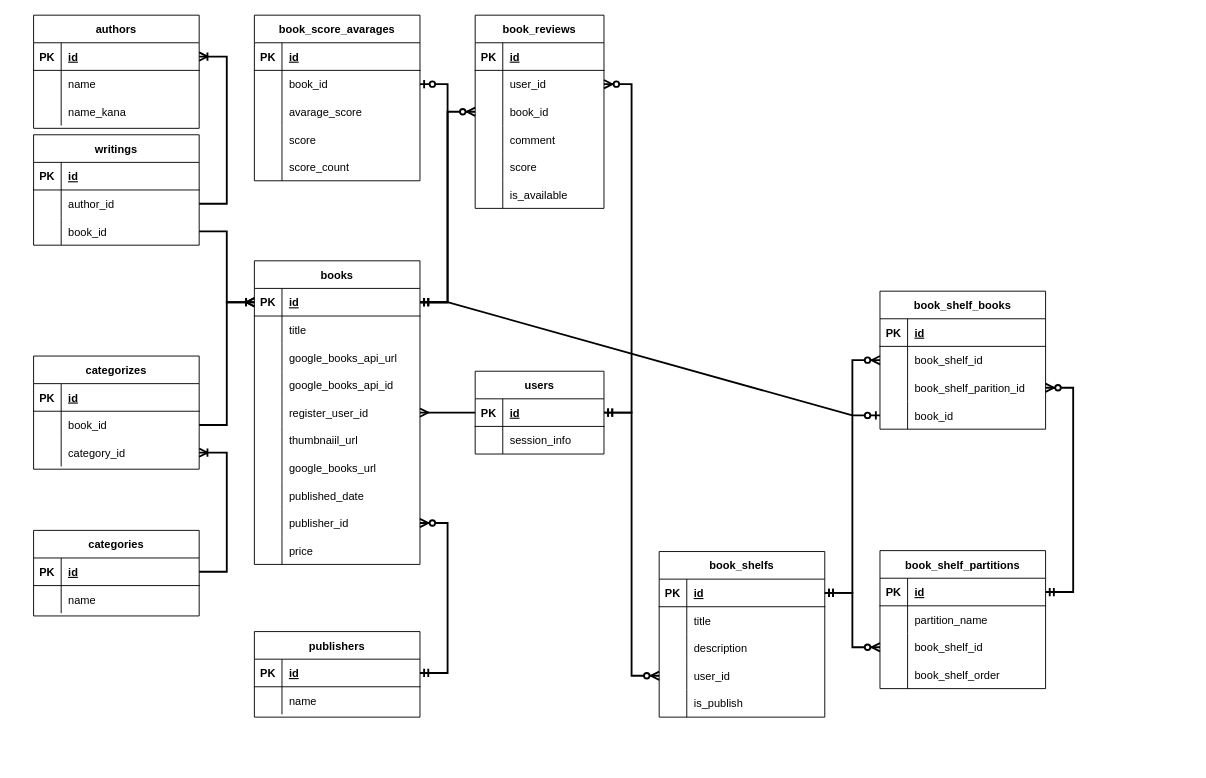
quasar-man/leaning-book-shelf-design keeps this draw.io diagram as page "ER" (2 of 2) of structure.drawio. Above is the earlier version. Source tidied: cells renumbered, new cells numbered last; positions are measured from the earlier drawing's top-left corner, leaving out a move shared by most shapes. Both pictures are drawn from the tidied source at 92%, with x=0, y=0 at pixel (33, 15).
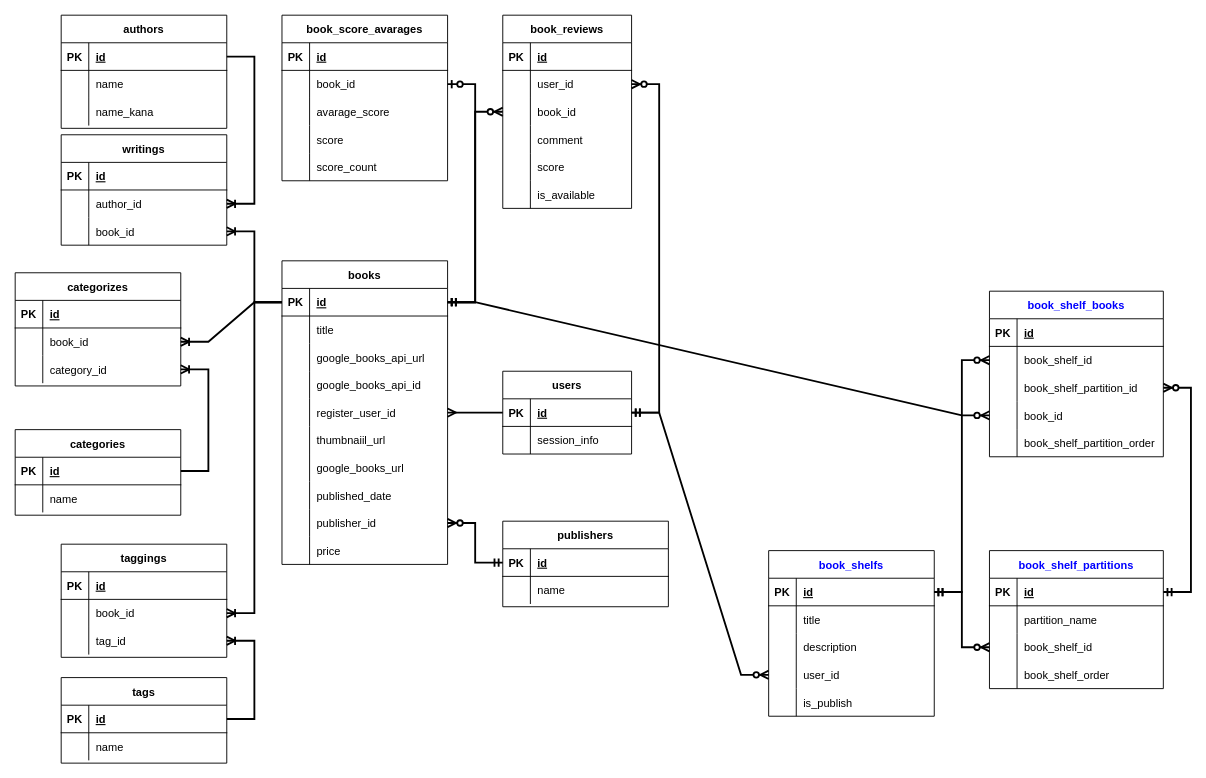
Above is the later version.

Commit message (it also covers changes not shown here):
Add tag modela and update book shelf models.

Unchanged cells that the change refers to:
```xml
<mxCell id="3" style="shape=tableRow;horizontal=0;startSize=0;swimlaneHead=0;swimlaneBody=0;fillColor=none;points=[[0,0.5],[1,0.5]];portConstraint=eastwest;top=0;left=0;right=0;bottom=1;" parent="2" vertex="1">
  <mxGeometry y="30" width="180" height="30" as="geometry" />
</mxCell>
<mxCell id="27" style="shape=tableRow;horizontal=0;startSize=0;swimlaneHead=0;swimlaneBody=0;fillColor=none;points=[[0,0.5],[1,0.5]];portConstraint=eastwest;top=0;left=0;right=0;bottom=0;" parent="2" vertex="1">
  <mxGeometry y="270" width="180" height="30" as="geometry" />
</mxCell>
<mxCell id="34" style="shape=tableRow;horizontal=0;startSize=0;swimlaneHead=0;swimlaneBody=0;fillColor=none;points=[[0,0.5],[1,0.5]];portConstraint=eastwest;top=0;left=0;right=0;bottom=1;" parent="33" vertex="1">
  <mxGeometry y="30" width="180" height="30" as="geometry" />
</mxCell>
<mxCell id="41" style="shape=tableRow;horizontal=0;startSize=0;swimlaneHead=0;swimlaneBody=0;fillColor=none;points=[[0,0.5],[1,0.5]];portConstraint=eastwest;top=0;left=0;right=0;bottom=1;" parent="40" vertex="1">
  <mxGeometry y="30" width="180" height="30" as="geometry" />
</mxCell>
<mxCell id="101" style="shape=tableRow;horizontal=0;startSize=0;swimlaneHead=0;swimlaneBody=0;fillColor=none;points=[[0,0.5],[1,0.5]];portConstraint=eastwest;top=0;left=0;right=0;bottom=0;" parent="97" vertex="1">
  <mxGeometry y="60" width="180" height="30" as="geometry" />
</mxCell>
<mxCell id="104" style="shape=tableRow;horizontal=0;startSize=0;swimlaneHead=0;swimlaneBody=0;fillColor=none;points=[[0,0.5],[1,0.5]];portConstraint=eastwest;top=0;left=0;right=0;bottom=0;" parent="97" vertex="1">
  <mxGeometry y="90" width="180" height="30" as="geometry" />
</mxCell>
<mxCell id="110" style="shape=tableRow;horizontal=0;startSize=0;swimlaneHead=0;swimlaneBody=0;fillColor=none;points=[[0,0.5],[1,0.5]];portConstraint=eastwest;top=0;left=0;right=0;bottom=1;" parent="109" vertex="1">
  <mxGeometry y="30" width="180" height="30" as="geometry" />
</mxCell>
<mxCell id="120" style="shape=tableRow;horizontal=0;startSize=0;swimlaneHead=0;swimlaneBody=0;fillColor=none;points=[[0,0.5],[1,0.5]];portConstraint=eastwest;top=0;left=0;right=0;bottom=0;" parent="116" vertex="1">
  <mxGeometry y="60" width="180" height="30" as="geometry" />
</mxCell>
<mxCell id="123" style="shape=tableRow;horizontal=0;startSize=0;swimlaneHead=0;swimlaneBody=0;fillColor=none;points=[[0,0.5],[1,0.5]];portConstraint=eastwest;top=0;left=0;right=0;bottom=0;" parent="116" vertex="1">
  <mxGeometry y="90" width="180" height="30" as="geometry" />
</mxCell>
```

Diff of the diagram source:
```diff
@@
     <mxCell id="2" value="books" style="shape=table;startSize=30;childLayout=tableLayout;rowLines=0;fontStyle=1;align=center;" parent="1" vertex="1">
-      <mxGeometry x="240" y="267" width="180" height="330" as="geometry" />
+      <mxGeometry x="270" y="267" width="180" height="330" as="geometry" />
     </mxCell>
@@
     <mxCell id="33" value="publishers" style="shape=table;startSize=30;childLayout=tableLayout;rowLines=0;fontStyle=1;align=center;" parent="1" vertex="1">
-      <mxGeometry x="240" y="670" width="180" height="93" as="geometry" />
+      <mxGeometry x="510" y="550" width="180" height="93" as="geometry" />
     </mxCell>
@@
     <mxCell id="40" value="authors" style="shape=table;startSize=30;childLayout=tableLayout;rowLines=0;fontStyle=1;align=center;" parent="1" vertex="1">
-      <mxGeometry width="180" height="123" as="geometry" />
+      <mxGeometry x="30" width="180" height="123" as="geometry" />
     </mxCell>
@@
     <mxCell id="50" value="book_reviews" style="shape=table;startSize=30;childLayout=tableLayout;rowLines=0;fontStyle=1;align=center;" parent="1" vertex="1">
-      <mxGeometry x="480" width="140" height="210" as="geometry" />
+      <mxGeometry x="510" width="140" height="210" as="geometry" />
     </mxCell>
@@
     <mxCell id="69" value="users" style="shape=table;startSize=30;childLayout=tableLayout;rowLines=0;fontStyle=1;align=center;" parent="1" vertex="1">
-      <mxGeometry x="480" y="387" width="140" height="90" as="geometry" />
+      <mxGeometry x="510" y="387" width="140" height="90" as="geometry" />
     </mxCell>
@@
     <mxCell id="76" value="book_score_avarages" style="shape=table;startSize=30;childLayout=tableLayout;rowLines=0;fontStyle=1;align=center;" parent="1" vertex="1">
-      <mxGeometry x="240" width="180" height="180" as="geometry" />
+      <mxGeometry x="270" width="180" height="180" as="geometry" />
     </mxCell>
@@
-    <mxCell id="92" style="edgeStyle=entityRelationEdgeStyle;fontSize=12;html=1;endArrow=ERzeroToMany;startArrow=ERmandOne;rounded=0;strokeColor=#000000;strokeWidth=2;exitX=1;exitY=0.5;exitDx=0;exitDy=0;" parent="1" edge="1" source="34" target="27">
+    <mxCell id="92" style="edgeStyle=entityRelationEdgeStyle;fontSize=12;html=1;endArrow=ERzeroToMany;startArrow=ERmandOne;rounded=0;strokeColor=#000000;strokeWidth=2;" parent="1" edge="1" source="34" target="27">
       <mxGeometry relative="1" as="geometry" />
     </mxCell>
@@
     <mxCell id="97" value="writings" style="shape=table;startSize=30;childLayout=tableLayout;rowLines=0;fontStyle=1;align=center;" parent="1" vertex="1">
-      <mxGeometry y="130" width="180" height="120" as="geometry" />
+      <mxGeometry x="30" y="130" width="180" height="120" as="geometry" />
     </mxCell>
@@
-    <mxCell id="107" style="edgeStyle=entityRelationEdgeStyle;fontSize=12;html=1;endArrow=ERoneToMany;rounded=0;strokeColor=#000000;strokeWidth=2;exitX=1;exitY=0.5;exitDx=0;exitDy=0;entryX=1;entryY=0.5;entryDx=0;entryDy=0;" parent="1" edge="1" source="101" target="41">
-      <mxGeometry relative="1" as="geometry" />
-    </mxCell>
-    <mxCell id="108" style="edgeStyle=entityRelationEdgeStyle;fontSize=12;html=1;endArrow=ERoneToMany;rounded=0;strokeColor=#000000;strokeWidth=2;entryX=0;entryY=0.5;entryDx=0;entryDy=0;exitX=1;exitY=0.5;exitDx=0;exitDy=0;" parent="1" edge="1" source="104" target="3">
+    <mxCell id="108" style="edgeStyle=entityRelationEdgeStyle;fontSize=12;html=1;endArrow=ERoneToMany;rounded=0;strokeColor=#000000;strokeWidth=2;entryX=1;entryY=0.5;entryDx=0;entryDy=0;exitX=0;exitY=0.5;exitDx=0;exitDy=0;" parent="1" edge="1" source="3" target="104">
       <mxGeometry relative="1" as="geometry" />
     </mxCell>
     <mxCell id="109" value="categories" style="shape=table;startSize=30;childLayout=tableLayout;rowLines=0;fontStyle=1;align=center;" parent="1" vertex="1">
-      <mxGeometry y="560" width="180" height="93" as="geometry" />
+      <mxGeometry x="-20" y="450.5" width="180" height="93" as="geometry" />
     </mxCell>
@@
     <mxCell id="116" value="categorizes" style="shape=table;startSize=30;childLayout=tableLayout;rowLines=0;fontStyle=1;align=center;" parent="1" vertex="1">
-      <mxGeometry y="370.5" width="180" height="123" as="geometry" />
+      <mxGeometry x="-20" y="280" width="180" height="123" as="geometry" />
     </mxCell>
@@
-    <mxCell id="126" style="edgeStyle=entityRelationEdgeStyle;fontSize=12;html=1;endArrow=ERoneToMany;rounded=0;strokeColor=#000000;strokeWidth=2;exitX=1;exitY=0.5;exitDx=0;exitDy=0;entryX=1;entryY=0.5;entryDx=0;entryDy=0;" parent="1" edge="1" source="110" target="123">
-      <mxGeometry relative="1" as="geometry" />
-    </mxCell>
-    <mxCell id="127" style="edgeStyle=entityRelationEdgeStyle;fontSize=12;html=1;endArrow=ERoneToMany;rounded=0;strokeColor=#000000;strokeWidth=2;exitX=1;exitY=0.5;exitDx=0;exitDy=0;" parent="1" edge="1" source="120">
-      <mxGeometry relative="1" as="geometry">
-        <mxPoint x="240" y="312" as="targetPoint" />
-      </mxGeometry>
+    <mxCell id="127" style="edgeStyle=entityRelationEdgeStyle;fontSize=12;html=1;endArrow=ERoneToMany;rounded=0;strokeColor=#000000;strokeWidth=2;entryX=1;entryY=0.5;entryDx=0;entryDy=0;exitX=0;exitY=0.5;exitDx=0;exitDy=0;" parent="1" edge="1" source="3" target="120">
+      <mxGeometry relative="1" as="geometry" />
     </mxCell>
-    <mxCell id="128" value="book_shelfs" style="shape=table;startSize=30;childLayout=tableLayout;rowLines=0;fontStyle=1;align=center;" parent="1" vertex="1">
-      <mxGeometry x="680" y="583" width="180" height="180" as="geometry" />
+    <mxCell id="128" value="book_shelfs" style="shape=table;startSize=30;childLayout=tableLayout;rowLines=0;fontStyle=1;align=center;fontColor=#0000ff;" parent="1" vertex="1">
+      <mxGeometry x="799" y="582" width="180" height="180" as="geometry" />
     </mxCell>
@@
-    <mxCell id="145" value="book_shelf_partitions" style="shape=table;startSize=30;childLayout=tableLayout;rowLines=0;fontStyle=1;align=center;" parent="1" vertex="1">
-      <mxGeometry x="920" y="582" width="180" height="150" as="geometry" />
+    <mxCell id="145" value="book_shelf_partitions" style="shape=table;startSize=30;childLayout=tableLayout;rowLines=0;fontStyle=1;align=center;fontColor=#0000FF;" parent="1" vertex="1">
+      <mxGeometry x="1039" y="582" width="189" height="150" as="geometry" />
     </mxCell>
     <mxCell id="146" style="shape=tableRow;horizontal=0;startSize=0;swimlaneHead=0;swimlaneBody=0;fillColor=none;points=[[0,0.5],[1,0.5]];portConstraint=eastwest;top=0;left=0;right=0;bottom=1;" parent="145" vertex="1">
-      <mxGeometry y="30" width="180" height="30" as="geometry" />
+      <mxGeometry y="30" width="189" height="30" as="geometry" />
     </mxCell>
@@
     <mxCell id="148" value="id" style="shape=partialRectangle;fillColor=none;top=0;left=0;bottom=0;right=0;align=left;spacingLeft=6;fontStyle=5;overflow=hidden;" parent="146" vertex="1">
-      <mxGeometry x="30" width="150" height="30" as="geometry" />
+      <mxGeometry x="30" width="159" height="30" as="geometry" />
     </mxCell>
     <mxCell id="149" style="shape=tableRow;horizontal=0;startSize=0;swimlaneHead=0;swimlaneBody=0;fillColor=none;top=0;left=0;right=0;bottom=0;" parent="145" vertex="1">
-      <mxGeometry y="60" width="180" height="30" as="geometry" />
+      <mxGeometry y="60" width="189" height="30" as="geometry" />
     </mxCell>
@@
     <mxCell id="151" value="partition_name" style="shape=partialRectangle;fillColor=none;top=0;left=0;bottom=0;right=0;align=left;spacingLeft=6;overflow=hidden;" parent="149" vertex="1">
-      <mxGeometry x="30" width="150" height="30" as="geometry" />
+      <mxGeometry x="30" width="159" height="30" as="geometry" />
     </mxCell>
     <mxCell id="152" style="shape=tableRow;horizontal=0;startSize=0;swimlaneHead=0;swimlaneBody=0;fillColor=none;points=[[0,0.5],[1,0.5]];portConstraint=eastwest;top=0;left=0;right=0;bottom=0;" parent="145" vertex="1">
-      <mxGeometry y="90" width="180" height="30" as="geometry" />
+      <mxGeometry y="90" width="189" height="30" as="geometry" />
     </mxCell>
@@
     <mxCell id="154" value="book_shelf_id" style="shape=partialRectangle;fillColor=none;top=0;left=0;bottom=0;right=0;align=left;spacingLeft=6;overflow=hidden;" parent="152" vertex="1">
-      <mxGeometry x="30" width="150" height="30" as="geometry" />
+      <mxGeometry x="30" width="159" height="30" as="geometry" />
     </mxCell>
     <mxCell id="155" style="shape=tableRow;horizontal=0;startSize=0;swimlaneHead=0;swimlaneBody=0;fillColor=none;top=0;left=0;right=0;bottom=0;" parent="145" vertex="1">
-      <mxGeometry y="120" width="180" height="30" as="geometry" />
+      <mxGeometry y="120" width="189" height="30" as="geometry" />
     </mxCell>
@@
     <mxCell id="157" value="book_shelf_order" style="shape=partialRectangle;fillColor=none;top=0;left=0;bottom=0;right=0;align=left;spacingLeft=6;overflow=hidden;" parent="155" vertex="1">
-      <mxGeometry x="30" width="150" height="30" as="geometry" />
+      <mxGeometry x="30" width="159" height="30" as="geometry" />
     </mxCell>
@@
-    <mxCell id="159" value="book_shelf_books" style="shape=table;startSize=30;childLayout=tableLayout;rowLines=0;fontStyle=1;align=center;" parent="1" vertex="1">
-      <mxGeometry x="920" y="300" width="180" height="150" as="geometry" />
+    <mxCell id="159" value="book_shelf_books" style="shape=table;startSize=30;childLayout=tableLayout;rowLines=0;fontStyle=1;align=center;fontColor=#0000FF;" parent="1" vertex="1">
+      <mxGeometry x="1039" y="300" width="189" height="180" as="geometry" />
     </mxCell>
     <mxCell id="160" style="shape=tableRow;horizontal=0;startSize=0;swimlaneHead=0;swimlaneBody=0;fillColor=none;top=0;left=0;right=0;bottom=1;" parent="159" vertex="1">
-      <mxGeometry y="30" width="180" height="30" as="geometry" />
+      <mxGeometry y="30" width="189" height="30" as="geometry" />
     </mxCell>
@@
     <mxCell id="162" value="id" style="shape=partialRectangle;fillColor=none;top=0;left=0;bottom=0;right=0;align=left;spacingLeft=6;fontStyle=5;overflow=hidden;" parent="160" vertex="1">
-      <mxGeometry x="30" width="150" height="30" as="geometry" />
+      <mxGeometry x="30" width="159" height="30" as="geometry" />
     </mxCell>
     <mxCell id="163" style="shape=tableRow;horizontal=0;startSize=0;swimlaneHead=0;swimlaneBody=0;fillColor=none;points=[[0,0.5],[1,0.5]];portConstraint=eastwest;top=0;left=0;right=0;bottom=0;" parent="159" vertex="1">
-      <mxGeometry y="60" width="180" height="30" as="geometry" />
+      <mxGeometry y="60" width="189" height="30" as="geometry" />
     </mxCell>
@@
     <mxCell id="165" value="book_shelf_id" style="shape=partialRectangle;fillColor=none;top=0;left=0;bottom=0;right=0;align=left;spacingLeft=6;overflow=hidden;" parent="163" vertex="1">
-      <mxGeometry x="30" width="150" height="30" as="geometry" />
+      <mxGeometry x="30" width="159" height="30" as="geometry" />
     </mxCell>
     <mxCell id="166" style="shape=tableRow;horizontal=0;startSize=0;swimlaneHead=0;swimlaneBody=0;fillColor=none;points=[[0,0.5],[1,0.5]];portConstraint=eastwest;top=0;left=0;right=0;bottom=0;" parent="159" vertex="1">
-      <mxGeometry y="90" width="180" height="30" as="geometry" />
+      <mxGeometry y="90" width="189" height="30" as="geometry" />
     </mxCell>
@@
-    <mxCell id="168" value="book_shelf_parition_id" style="shape=partialRectangle;fillColor=none;top=0;left=0;bottom=0;right=0;align=left;spacingLeft=6;overflow=hidden;" parent="166" vertex="1">
-      <mxGeometry x="30" width="150" height="30" as="geometry" />
+    <mxCell id="168" value="book_shelf_partition_id" style="shape=partialRectangle;fillColor=none;top=0;left=0;bottom=0;right=0;align=left;spacingLeft=6;overflow=hidden;" parent="166" vertex="1">
+      <mxGeometry x="30" width="159" height="30" as="geometry" />
     </mxCell>
     <mxCell id="169" style="shape=tableRow;horizontal=0;startSize=0;swimlaneHead=0;swimlaneBody=0;fillColor=none;points=[[0,0.5],[1,0.5]];portConstraint=eastwest;top=0;left=0;right=0;bottom=0;" parent="159" vertex="1">
-      <mxGeometry y="120" width="180" height="30" as="geometry" />
+      <mxGeometry y="120" width="189" height="30" as="geometry" />
     </mxCell>
@@
     <mxCell id="171" value="book_id" style="shape=partialRectangle;fillColor=none;top=0;left=0;bottom=0;right=0;align=left;spacingLeft=6;overflow=hidden;" parent="169" vertex="1">
-      <mxGeometry x="30" width="150" height="30" as="geometry" />
+      <mxGeometry x="30" width="159" height="30" as="geometry" />
     </mxCell>
+    <mxCell id="175" style="shape=tableRow;horizontal=0;startSize=0;swimlaneHead=0;swimlaneBody=0;fillColor=none;top=0;left=0;right=0;bottom=0;" parent="159" vertex="1">
+      <mxGeometry y="150" width="189" height="30" as="geometry" />
+    </mxCell>
+    <mxCell id="176" style="shape=partialRectangle;fillColor=none;top=0;left=0;bottom=0;right=0;overflow=hidden;" parent="175" vertex="1">
+      <mxGeometry width="30" height="30" as="geometry" />
+    </mxCell>
+    <mxCell id="177" value="book_shelf_partition_order" style="shape=partialRectangle;fillColor=none;top=0;left=0;bottom=0;right=0;align=left;spacingLeft=6;overflow=hidden;" parent="175" vertex="1">
+      <mxGeometry x="30" width="159" height="30" as="geometry" />
+    </mxCell>
@@
-    <mxCell id="174" style="edgeStyle=entityRelationEdgeStyle;fontSize=12;html=1;endArrow=ERzeroToOne;startArrow=ERmandOne;rounded=0;strokeColor=#000000;strokeWidth=2;exitX=1;exitY=0.5;exitDx=0;exitDy=0;entryX=0;entryY=0.5;entryDx=0;entryDy=0;" parent="1" edge="1" source="3" target="169">
+    <mxCell id="174" style="edgeStyle=entityRelationEdgeStyle;fontSize=12;html=1;endArrow=ERzeroToMany;startArrow=ERmandOne;rounded=0;strokeColor=#000000;strokeWidth=2;entryX=0;entryY=0.5;entryDx=0;entryDy=0;exitX=1;exitY=0.5;exitDx=0;exitDy=0;" parent="1" edge="1" source="3" target="169">
       <mxGeometry relative="1" as="geometry" />
     </mxCell>
+    <mxCell id="178" value="tags" style="shape=table;startSize=30;childLayout=tableLayout;rowLines=0;fontStyle=1;align=center;" parent="1" vertex="1">
+      <mxGeometry x="30" y="720" width="180" height="93" as="geometry" />
+    </mxCell>
+    <mxCell id="179" style="shape=tableRow;horizontal=0;startSize=0;swimlaneHead=0;swimlaneBody=0;fillColor=none;points=[[0,0.5],[1,0.5]];portConstraint=eastwest;top=0;left=0;right=0;bottom=1;" parent="178" vertex="1">
+      <mxGeometry y="30" width="180" height="30" as="geometry" />
+    </mxCell>
+    <mxCell id="180" value="PK" style="shape=partialRectangle;fillColor=none;top=0;left=0;bottom=0;right=0;fontStyle=1;overflow=hidden;" parent="179" vertex="1">
+      <mxGeometry width="30" height="30" as="geometry" />
+    </mxCell>
+    <mxCell id="181" value="id" style="shape=partialRectangle;fillColor=none;top=0;left=0;bottom=0;right=0;align=left;spacingLeft=6;fontStyle=5;overflow=hidden;" parent="179" vertex="1">
+      <mxGeometry x="30" width="150" height="30" as="geometry" />
+    </mxCell>
+    <mxCell id="182" style="shape=tableRow;horizontal=0;startSize=0;swimlaneHead=0;swimlaneBody=0;fillColor=none;top=0;left=0;right=0;bottom=0;" parent="178" vertex="1">
+      <mxGeometry y="60" width="180" height="30" as="geometry" />
+    </mxCell>
+    <mxCell id="183" style="shape=partialRectangle;fillColor=none;top=0;left=0;bottom=0;right=0;overflow=hidden;" parent="182" vertex="1">
+      <mxGeometry width="30" height="30" as="geometry" />
+    </mxCell>
+    <mxCell id="184" value="name" style="shape=partialRectangle;fillColor=none;top=0;left=0;bottom=0;right=0;align=left;spacingLeft=6;overflow=hidden;" parent="182" vertex="1">
+      <mxGeometry x="30" width="150" height="30" as="geometry" />
+    </mxCell>
+    <mxCell id="185" value="taggings" style="shape=table;startSize=30;childLayout=tableLayout;rowLines=0;fontStyle=1;align=center;" parent="1" vertex="1">
+      <mxGeometry x="30" y="575" width="180" height="123" as="geometry" />
+    </mxCell>
+    <mxCell id="186" style="shape=tableRow;horizontal=0;startSize=0;swimlaneHead=0;swimlaneBody=0;fillColor=none;top=0;left=0;right=0;bottom=1;" parent="185" vertex="1">
+      <mxGeometry y="30" width="180" height="30" as="geometry" />
+    </mxCell>
+    <mxCell id="187" value="PK" style="shape=partialRectangle;fillColor=none;top=0;left=0;bottom=0;right=0;fontStyle=1;overflow=hidden;" parent="186" vertex="1">
+      <mxGeometry width="30" height="30" as="geometry" />
+    </mxCell>
+    <mxCell id="188" value="id" style="shape=partialRectangle;fillColor=none;top=0;left=0;bottom=0;right=0;align=left;spacingLeft=6;fontStyle=5;overflow=hidden;" parent="186" vertex="1">
+      <mxGeometry x="30" width="150" height="30" as="geometry" />
+    </mxCell>
+    <mxCell id="189" style="shape=tableRow;horizontal=0;startSize=0;swimlaneHead=0;swimlaneBody=0;fillColor=none;points=[[0,0.5],[1,0.5]];portConstraint=eastwest;top=0;left=0;right=0;bottom=0;" parent="185" vertex="1">
+      <mxGeometry y="60" width="180" height="30" as="geometry" />
+    </mxCell>
+    <mxCell id="190" style="shape=partialRectangle;fillColor=none;top=0;left=0;bottom=0;right=0;overflow=hidden;" parent="189" vertex="1">
+      <mxGeometry width="30" height="30" as="geometry" />
+    </mxCell>
+    <mxCell id="191" value="book_id" style="shape=partialRectangle;fillColor=none;top=0;left=0;bottom=0;right=0;align=left;spacingLeft=6;overflow=hidden;" parent="189" vertex="1">
+      <mxGeometry x="30" width="150" height="30" as="geometry" />
+    </mxCell>
+    <mxCell id="192" style="shape=tableRow;horizontal=0;startSize=0;swimlaneHead=0;swimlaneBody=0;fillColor=none;points=[[0,0.5],[1,0.5]];portConstraint=eastwest;top=0;left=0;right=0;bottom=0;" parent="185" vertex="1">
+      <mxGeometry y="90" width="180" height="30" as="geometry" />
+    </mxCell>
+    <mxCell id="193" style="shape=partialRectangle;fillColor=none;top=0;left=0;bottom=0;right=0;overflow=hidden;" parent="192" vertex="1">
+      <mxGeometry width="30" height="30" as="geometry" />
+    </mxCell>
+    <mxCell id="194" value="tag_id" style="shape=partialRectangle;fillColor=none;top=0;left=0;bottom=0;right=0;align=left;spacingLeft=6;overflow=hidden;" parent="192" vertex="1">
+      <mxGeometry x="30" width="150" height="30" as="geometry" />
+    </mxCell>
+    <mxCell id="195" style="edgeStyle=entityRelationEdgeStyle;fontSize=12;html=1;endArrow=ERoneToMany;rounded=0;strokeColor=#000000;strokeWidth=2;exitX=1;exitY=0.5;exitDx=0;exitDy=0;entryX=1;entryY=0.5;entryDx=0;entryDy=0;" parent="1" edge="1" source="179" target="192">
+      <mxGeometry relative="1" as="geometry" />
+    </mxCell>
+    <mxCell id="196" style="edgeStyle=entityRelationEdgeStyle;fontSize=12;html=1;endArrow=ERoneToMany;rounded=0;strokeColor=#000000;strokeWidth=2;entryX=1;entryY=0.5;entryDx=0;entryDy=0;exitX=0;exitY=0.5;exitDx=0;exitDy=0;" parent="1" edge="1" source="3" target="189">
+      <mxGeometry relative="1" as="geometry" />
+    </mxCell>
+    <mxCell id="126" style="edgeStyle=entityRelationEdgeStyle;fontSize=12;html=1;endArrow=ERoneToMany;rounded=0;strokeColor=#000000;strokeWidth=2;entryX=1;entryY=0.5;entryDx=0;entryDy=0;exitX=1;exitY=0.5;exitDx=0;exitDy=0;" parent="1" edge="1" source="110" target="123">
+      <mxGeometry relative="1" as="geometry" />
+    </mxCell>
+    <mxCell id="107" style="edgeStyle=entityRelationEdgeStyle;fontSize=12;html=1;endArrow=ERoneToMany;rounded=0;strokeColor=#000000;strokeWidth=2;exitX=1;exitY=0.5;exitDx=0;exitDy=0;entryX=1;entryY=0.5;entryDx=0;entryDy=0;" parent="1" edge="1" source="41" target="101">
+      <mxGeometry relative="1" as="geometry" />
+    </mxCell>
```
